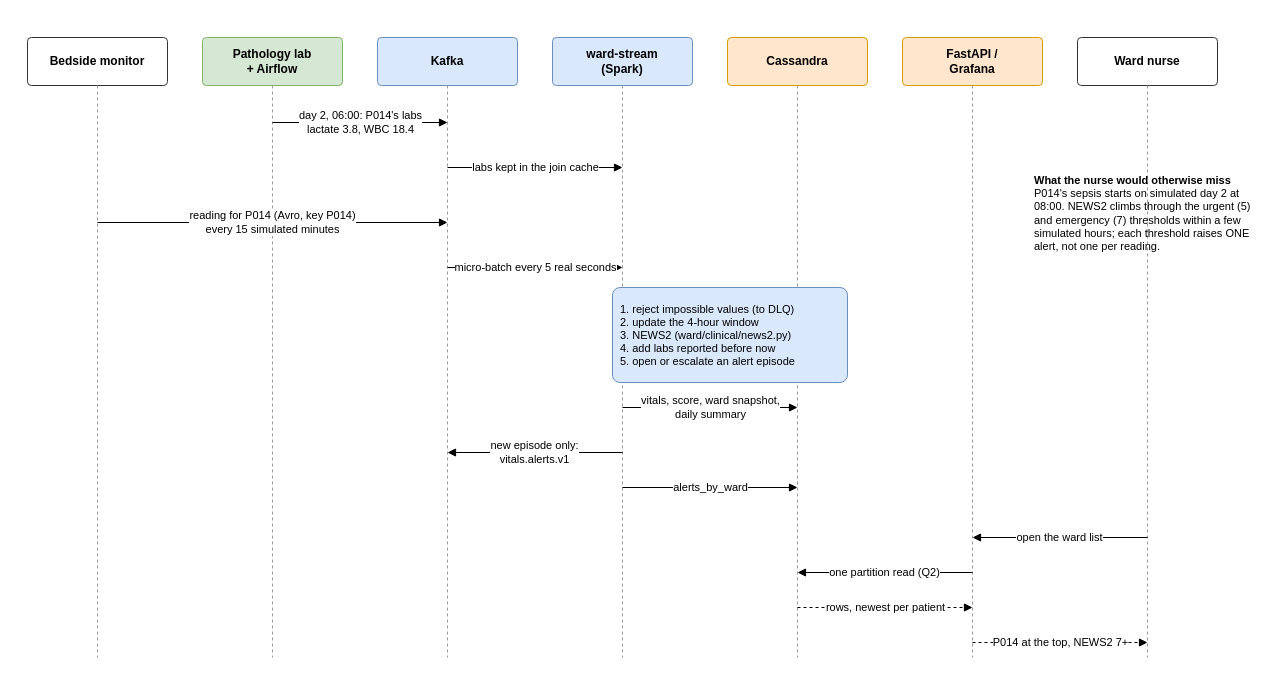
Earlier version of the draw.io diagram docs/diagrams/D3-event-sequence.drawio (Ashfaq-Riyaldeen/hospital-vitals-kappa). Source tidied: cells renumbered, new cells numbered last; positions are measured from the earlier drawing's top-left corner, leaving out a move shared by most shapes. Both pictures are drawn from the tidied source at 100%, with x=0, y=0 at pixel (27, 37).
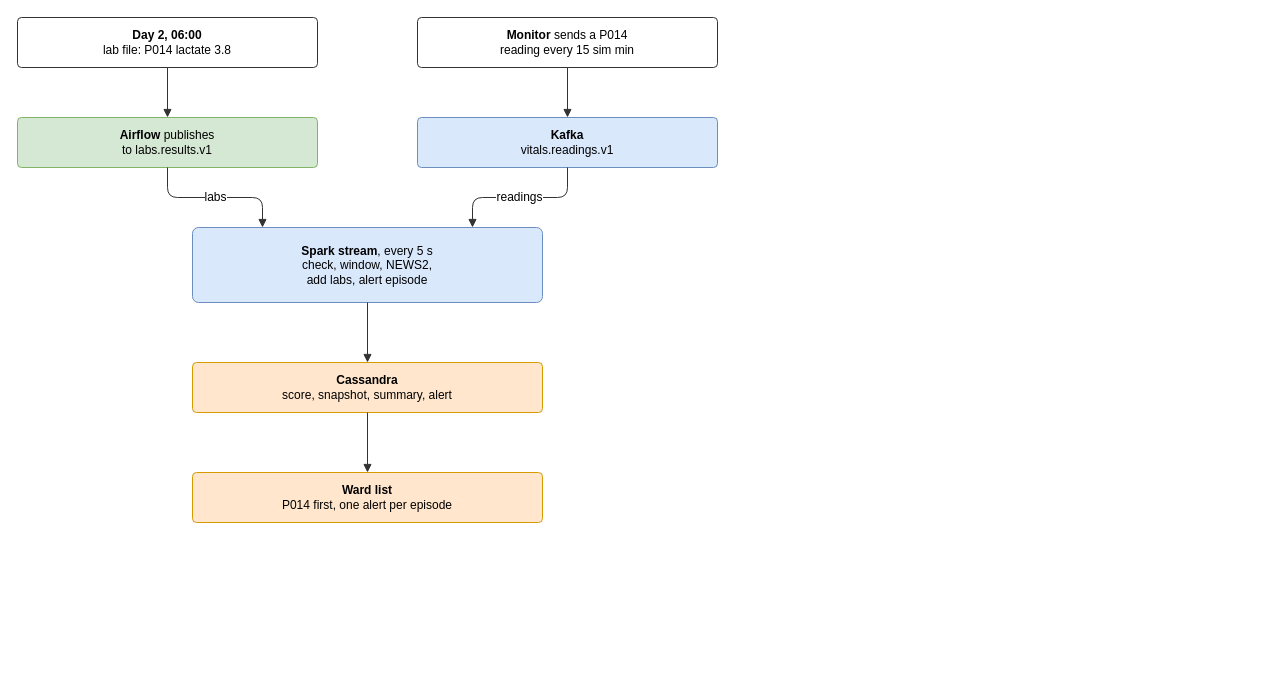
The same page after the edit.

What changed in the source:
```diff
@@
-    <mxCell id="2" value="&lt;b&gt;Bedside monitor&lt;/b&gt;" style="whiteSpace=wrap;html=1;rounded=1;arcSize=8;fontFamily=Helvetica;fontSize=12;fillColor=#ffffff;strokeColor=#333333;" parent="1" vertex="1">
-      <mxGeometry width="140" height="48" as="geometry" />
+    <mxCell id="2" value="&lt;b&gt;Day 2, 06:00&lt;/b&gt;&lt;br&gt;lab file: P014 lactate 3.8" style="whiteSpace=wrap;html=1;rounded=1;arcSize=8;fontFamily=Helvetica;fontSize=12;fillColor=#ffffff;strokeColor=#333333;" parent="1" vertex="1">
+      <mxGeometry x="-10" y="-20" width="300" height="50" as="geometry" />
     </mxCell>
-    <mxCell id="3" style="endArrow=none;dashed=1;html=1;strokeColor=#999999;" parent="1" edge="1">
-      <mxGeometry relative="1" as="geometry">
-        <mxPoint x="70" y="48" as="sourcePoint" />
-        <mxPoint x="70" y="620" as="targetPoint" />
-      </mxGeometry>
+    <mxCell id="3" value="&lt;b&gt;Airflow&lt;/b&gt; publishes&lt;br&gt;to labs.results.v1" style="whiteSpace=wrap;html=1;rounded=1;arcSize=8;fontFamily=Helvetica;fontSize=12;fillColor=#d5e8d4;strokeColor=#82b366;" parent="1" vertex="1">
+      <mxGeometry x="-10" y="80" width="300" height="50" as="geometry" />
     </mxCell>
-    <mxCell id="4" value="&lt;b&gt;Pathology lab&lt;br&gt;+ Airflow&lt;/b&gt;" style="whiteSpace=wrap;html=1;rounded=1;arcSize=8;fontFamily=Helvetica;fontSize=12;fillColor=#d5e8d4;strokeColor=#82b366;" parent="1" vertex="1">
-      <mxGeometry x="175" width="140" height="48" as="geometry" />
+    <mxCell id="4" value="&lt;b&gt;Monitor&lt;/b&gt; sends a P014&lt;br&gt;reading every 15 sim min" style="whiteSpace=wrap;html=1;rounded=1;arcSize=8;fontFamily=Helvetica;fontSize=12;fillColor=#ffffff;strokeColor=#333333;" parent="1" vertex="1">
+      <mxGeometry x="390" y="-20" width="300" height="50" as="geometry" />
     </mxCell>
-    <mxCell id="5" style="endArrow=none;dashed=1;html=1;strokeColor=#999999;" parent="1" edge="1">
-      <mxGeometry relative="1" as="geometry">
-        <mxPoint x="245" y="48" as="sourcePoint" />
-        <mxPoint x="245" y="620" as="targetPoint" />
-      </mxGeometry>
+    <mxCell id="5" value="&lt;b&gt;Kafka&lt;/b&gt;&lt;br&gt;vitals.readings.v1" style="whiteSpace=wrap;html=1;rounded=1;arcSize=8;fontFamily=Helvetica;fontSize=12;fillColor=#dae8fc;strokeColor=#6c8ebf;" parent="1" vertex="1">
+      <mxGeometry x="390" y="80" width="300" height="50" as="geometry" />
     </mxCell>
-    <mxCell id="6" value="&lt;b&gt;Kafka&lt;/b&gt;" style="whiteSpace=wrap;html=1;rounded=1;arcSize=8;fontFamily=Helvetica;fontSize=12;fillColor=#dae8fc;strokeColor=#6c8ebf;" parent="1" vertex="1">
-      <mxGeometry x="350" width="140" height="48" as="geometry" />
+    <mxCell id="6" value="&lt;b&gt;Spark stream&lt;/b&gt;, every 5 s&lt;br&gt;check, window, NEWS2,&lt;br&gt;add labs, alert episode" style="whiteSpace=wrap;html=1;rounded=1;arcSize=8;fontFamily=Helvetica;fontSize=12;fillColor=#dae8fc;strokeColor=#6c8ebf;" parent="1" vertex="1">
+      <mxGeometry x="165" y="190" width="350" height="75" as="geometry" />
     </mxCell>
-    <mxCell id="7" style="endArrow=none;dashed=1;html=1;strokeColor=#999999;" parent="1" edge="1">
-      <mxGeometry relative="1" as="geometry">
-        <mxPoint x="420" y="48" as="sourcePoint" />
-        <mxPoint x="420" y="620" as="targetPoint" />
-      </mxGeometry>
+    <mxCell id="7" value="&lt;b&gt;Cassandra&lt;/b&gt;&lt;br&gt;score, snapshot, summary, alert" style="whiteSpace=wrap;html=1;rounded=1;arcSize=8;fontFamily=Helvetica;fontSize=12;fillColor=#ffe6cc;strokeColor=#d79b00;" parent="1" vertex="1">
+      <mxGeometry x="165" y="325" width="350" height="50" as="geometry" />
     </mxCell>
-    <mxCell id="8" value="&lt;b&gt;ward-stream&lt;br&gt;(Spark)&lt;/b&gt;" style="whiteSpace=wrap;html=1;rounded=1;arcSize=8;fontFamily=Helvetica;fontSize=12;fillColor=#dae8fc;strokeColor=#6c8ebf;" parent="1" vertex="1">
-      <mxGeometry x="525" width="140" height="48" as="geometry" />
+    <mxCell id="8" value="&lt;b&gt;Ward list&lt;/b&gt;&lt;br&gt;P014 first, one alert per episode" style="whiteSpace=wrap;html=1;rounded=1;arcSize=8;fontFamily=Helvetica;fontSize=12;fillColor=#ffe6cc;strokeColor=#d79b00;" parent="1" vertex="1">
+      <mxGeometry x="165" y="435" width="350" height="50" as="geometry" />
     </mxCell>
-    <mxCell id="9" style="endArrow=none;dashed=1;html=1;strokeColor=#999999;" parent="1" edge="1">
-      <mxGeometry relative="1" as="geometry">
-        <mxPoint x="595" y="48" as="sourcePoint" />
-        <mxPoint x="595" y="620" as="targetPoint" />
-      </mxGeometry>
+    <mxCell id="9" style="edgeStyle=orthogonalEdgeStyle;rounded=1;html=1;endArrow=block;endFill=1;fontFamily=Helvetica;fontSize=12;labelBackgroundColor=#ffffff;strokeColor=#333333;jumpStyle=arc;jumpSize=8;exitX=0.5;exitY=1;exitDx=0;exitDy=0;entryX=0.5;entryY=0;entryDx=0;entryDy=0;" parent="1" edge="1" source="2" target="3">
+      <mxGeometry relative="1" as="geometry" />
     </mxCell>
-    <mxCell id="10" value="&lt;b&gt;Cassandra&lt;/b&gt;" style="whiteSpace=wrap;html=1;rounded=1;arcSize=8;fontFamily=Helvetica;fontSize=12;fillColor=#ffe6cc;strokeColor=#d79b00;" parent="1" vertex="1">
-      <mxGeometry x="700" width="140" height="48" as="geometry" />
+    <mxCell id="10" style="edgeStyle=orthogonalEdgeStyle;rounded=1;html=1;endArrow=block;endFill=1;fontFamily=Helvetica;fontSize=12;labelBackgroundColor=#ffffff;strokeColor=#333333;jumpStyle=arc;jumpSize=8;exitX=0.5;exitY=1;exitDx=0;exitDy=0;entryX=0.5;entryY=0;entryDx=0;entryDy=0;" parent="1" edge="1" source="4" target="5">
+      <mxGeometry relative="1" as="geometry" />
     </mxCell>
-    <mxCell id="11" style="endArrow=none;dashed=1;html=1;strokeColor=#999999;" parent="1" edge="1">
-      <mxGeometry relative="1" as="geometry">
-        <mxPoint x="770" y="48" as="sourcePoint" />
-        <mxPoint x="770" y="620" as="targetPoint" />
-      </mxGeometry>
+    <mxCell id="11" value="labs" style="edgeStyle=orthogonalEdgeStyle;rounded=1;html=1;endArrow=block;endFill=1;fontFamily=Helvetica;fontSize=12;labelBackgroundColor=#ffffff;strokeColor=#333333;jumpStyle=arc;jumpSize=8;exitX=0.5;exitY=1;exitDx=0;exitDy=0;entryX=0.2;entryY=0;entryDx=0;entryDy=0;" parent="1" edge="1" source="3" target="6">
+      <mxGeometry relative="1" as="geometry" />
     </mxCell>
-    <mxCell id="12" value="&lt;b&gt;FastAPI /&lt;br&gt;Grafana&lt;/b&gt;" style="whiteSpace=wrap;html=1;rounded=1;arcSize=8;fontFamily=Helvetica;fontSize=12;fillColor=#ffe6cc;strokeColor=#d79b00;" parent="1" vertex="1">
-      <mxGeometry x="875" width="140" height="48" as="geometry" />
+    <mxCell id="12" value="readings" style="edgeStyle=orthogonalEdgeStyle;rounded=1;html=1;endArrow=block;endFill=1;fontFamily=Helvetica;fontSize=12;labelBackgroundColor=#ffffff;strokeColor=#333333;jumpStyle=arc;jumpSize=8;exitX=0.5;exitY=1;exitDx=0;exitDy=0;entryX=0.8;entryY=0;entryDx=0;entryDy=0;" parent="1" edge="1" source="5" target="6">
+      <mxGeometry relative="1" as="geometry" />
     </mxCell>
-    <mxCell id="13" style="endArrow=none;dashed=1;html=1;strokeColor=#999999;" parent="1" edge="1">
-      <mxGeometry relative="1" as="geometry">
-        <mxPoint x="945" y="48" as="sourcePoint" />
-        <mxPoint x="945" y="620" as="targetPoint" />
-      </mxGeometry>
+    <mxCell id="13" style="edgeStyle=orthogonalEdgeStyle;rounded=1;html=1;endArrow=block;endFill=1;fontFamily=Helvetica;fontSize=12;labelBackgroundColor=#ffffff;strokeColor=#333333;jumpStyle=arc;jumpSize=8;exitX=0.5;exitY=1;exitDx=0;exitDy=0;entryX=0.5;entryY=0;entryDx=0;entryDy=0;" parent="1" edge="1" source="6" target="7">
+      <mxGeometry relative="1" as="geometry" />
     </mxCell>
-    <mxCell id="14" value="&lt;b&gt;Ward nurse&lt;/b&gt;" style="whiteSpace=wrap;html=1;rounded=1;arcSize=8;fontFamily=Helvetica;fontSize=12;fillColor=#ffffff;strokeColor=#333333;" parent="1" vertex="1">
-      <mxGeometry x="1050" width="140" height="48" as="geometry" />
+    <mxCell id="14" style="edgeStyle=orthogonalEdgeStyle;rounded=1;html=1;endArrow=block;endFill=1;fontFamily=Helvetica;fontSize=12;labelBackgroundColor=#ffffff;strokeColor=#333333;jumpStyle=arc;jumpSize=8;exitX=0.5;exitY=1;exitDx=0;exitDy=0;entryX=0.5;entryY=0;entryDx=0;entryDy=0;" parent="1" edge="1" source="7" target="8">
+      <mxGeometry relative="1" as="geometry" />
     </mxCell>
-    <mxCell id="15" style="endArrow=none;dashed=1;html=1;strokeColor=#999999;" parent="1" edge="1">
-      <mxGeometry relative="1" as="geometry">
-        <mxPoint x="1120" y="48" as="sourcePoint" />
-        <mxPoint x="1120" y="620" as="targetPoint" />
-      </mxGeometry>
-    </mxCell>
-    <mxCell id="16" value="day 2, 06:00: P014's labs&lt;br&gt;lactate 3.8, WBC 18.4" style="html=1;endArrow=block;endFill=1;fontFamily=Helvetica;fontSize=12;fontSize=11;labelBackgroundColor=#ffffff;" parent="1" edge="1">
-      <mxGeometry relative="1" as="geometry">
-        <mxPoint x="245" y="85" as="sourcePoint" />
-        <mxPoint x="420" y="85" as="targetPoint" />
-      </mxGeometry>
-    </mxCell>
-    <mxCell id="17" value="labs kept in the join cache" style="html=1;endArrow=block;endFill=1;fontFamily=Helvetica;fontSize=12;fontSize=11;labelBackgroundColor=#ffffff;" parent="1" edge="1">
-      <mxGeometry relative="1" as="geometry">
-        <mxPoint x="420" y="130" as="sourcePoint" />
-        <mxPoint x="595" y="130" as="targetPoint" />
-      </mxGeometry>
-    </mxCell>
-    <mxCell id="18" value="reading for P014 (Avro, key P014)&lt;br&gt;every 15 simulated minutes" style="html=1;endArrow=block;endFill=1;fontFamily=Helvetica;fontSize=12;fontSize=11;labelBackgroundColor=#ffffff;" parent="1" edge="1">
-      <mxGeometry relative="1" as="geometry">
-        <mxPoint x="70" y="185" as="sourcePoint" />
-        <mxPoint x="420" y="185" as="targetPoint" />
-      </mxGeometry>
-    </mxCell>
-    <mxCell id="19" value="micro-batch every 5 real seconds" style="html=1;endArrow=block;endFill=1;fontFamily=Helvetica;fontSize=12;fontSize=11;labelBackgroundColor=#ffffff;" parent="1" edge="1">
-      <mxGeometry relative="1" as="geometry">
-        <mxPoint x="420" y="230" as="sourcePoint" />
-        <mxPoint x="595" y="230" as="targetPoint" />
-      </mxGeometry>
-    </mxCell>
-    <mxCell id="20" value="1. reject impossible values (to DLQ)&lt;br&gt;2. update the 4-hour window&lt;br&gt;3. NEWS2 (ward/clinical/news2.py)&lt;br&gt;4. add labs reported before now&lt;br&gt;5. open or escalate an alert episode" style="whiteSpace=wrap;html=1;rounded=1;arcSize=8;fontFamily=Helvetica;fontSize=12;fillColor=#dae8fc;strokeColor=#6c8ebf;align=left;spacingLeft=6;fontSize=11;" parent="1" vertex="1">
-      <mxGeometry x="585" y="250" width="235" height="95" as="geometry" />
-    </mxCell>
-    <mxCell id="21" value="vitals, score, ward snapshot,&lt;br&gt;daily summary" style="html=1;endArrow=block;endFill=1;fontFamily=Helvetica;fontSize=12;fontSize=11;labelBackgroundColor=#ffffff;" parent="1" edge="1">
-      <mxGeometry relative="1" as="geometry">
-        <mxPoint x="595" y="370" as="sourcePoint" />
-        <mxPoint x="770" y="370" as="targetPoint" />
-      </mxGeometry>
-    </mxCell>
-    <mxCell id="22" value="new episode only:&lt;br&gt;vitals.alerts.v1" style="html=1;endArrow=block;endFill=1;fontFamily=Helvetica;fontSize=12;fontSize=11;labelBackgroundColor=#ffffff;" parent="1" edge="1">
-      <mxGeometry relative="1" as="geometry">
-        <mxPoint x="595" y="415" as="sourcePoint" />
-        <mxPoint x="420" y="415" as="targetPoint" />
-      </mxGeometry>
-    </mxCell>
-    <mxCell id="23" value="alerts_by_ward" style="html=1;endArrow=block;endFill=1;fontFamily=Helvetica;fontSize=12;fontSize=11;labelBackgroundColor=#ffffff;" parent="1" edge="1">
-      <mxGeometry relative="1" as="geometry">
-        <mxPoint x="595" y="450" as="sourcePoint" />
-        <mxPoint x="770" y="450" as="targetPoint" />
-      </mxGeometry>
-    </mxCell>
-    <mxCell id="24" value="open the ward list" style="html=1;endArrow=block;endFill=1;fontFamily=Helvetica;fontSize=12;fontSize=11;labelBackgroundColor=#ffffff;" parent="1" edge="1">
-      <mxGeometry relative="1" as="geometry">
-        <mxPoint x="1120" y="500" as="sourcePoint" />
-        <mxPoint x="945" y="500" as="targetPoint" />
-      </mxGeometry>
-    </mxCell>
-    <mxCell id="25" value="one partition read (Q2)" style="html=1;endArrow=block;endFill=1;fontFamily=Helvetica;fontSize=12;fontSize=11;labelBackgroundColor=#ffffff;" parent="1" edge="1">
-      <mxGeometry relative="1" as="geometry">
-        <mxPoint x="945" y="535" as="sourcePoint" />
-        <mxPoint x="770" y="535" as="targetPoint" />
-      </mxGeometry>
-    </mxCell>
-    <mxCell id="26" value="rows, newest per patient" style="html=1;endArrow=block;endFill=1;fontFamily=Helvetica;fontSize=12;fontSize=11;labelBackgroundColor=#ffffff;dashed=1;" parent="1" edge="1">
-      <mxGeometry relative="1" as="geometry">
-        <mxPoint x="770" y="570" as="sourcePoint" />
-        <mxPoint x="945" y="570" as="targetPoint" />
-      </mxGeometry>
-    </mxCell>
-    <mxCell id="27" value="P014 at the top, NEWS2 7+" style="html=1;endArrow=block;endFill=1;fontFamily=Helvetica;fontSize=12;fontSize=11;labelBackgroundColor=#ffffff;dashed=1;" parent="1" edge="1">
-      <mxGeometry relative="1" as="geometry">
-        <mxPoint x="945" y="605" as="sourcePoint" />
-        <mxPoint x="1120" y="605" as="targetPoint" />
-      </mxGeometry>
-    </mxCell>
-    <mxCell id="28" value="&lt;b&gt;What the nurse would otherwise miss&lt;/b&gt;&lt;br&gt;P014's sepsis starts on simulated day 2 at 08:00. NEWS2 climbs through the urgent (5) and emergency (7) thresholds within a few simulated hours; each threshold raises ONE alert, not one per reading." style="text;html=1;align=left;verticalAlign=top;whiteSpace=wrap;fontFamily=Helvetica;fontSize=12;fontSize=11;" parent="1" vertex="1">
-      <mxGeometry x="1005" y="130" width="230" height="130" as="geometry" />
-    </mxCell>
```
